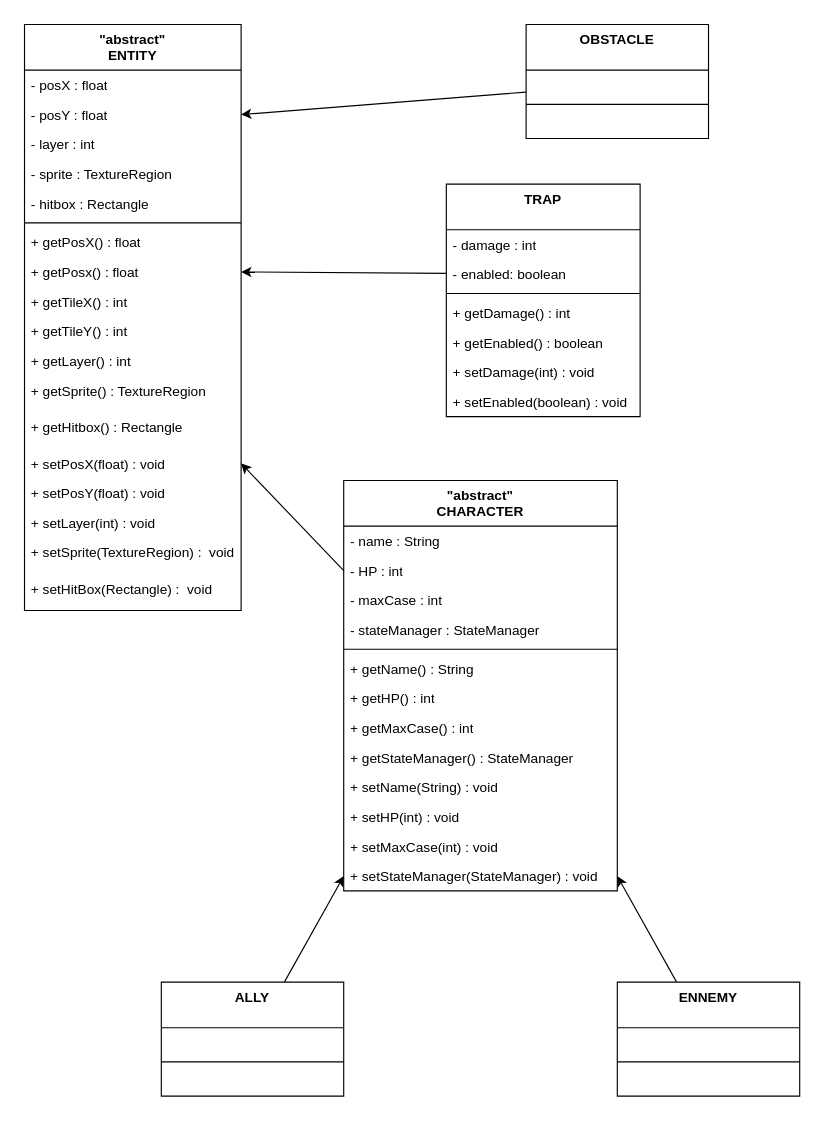
The draw.io diagram brainstormings/EntityUML.drawio in Mathuww/MarcheOuCreveEngine2, before the edit. Source tidied: cells renumbered, new cells numbered last; positions are measured from the earlier drawing's top-left corner, leaving out a move shared by most shapes. Both pictures are drawn from the tidied source at 114%, with x=0, y=0 at pixel (24, 24).
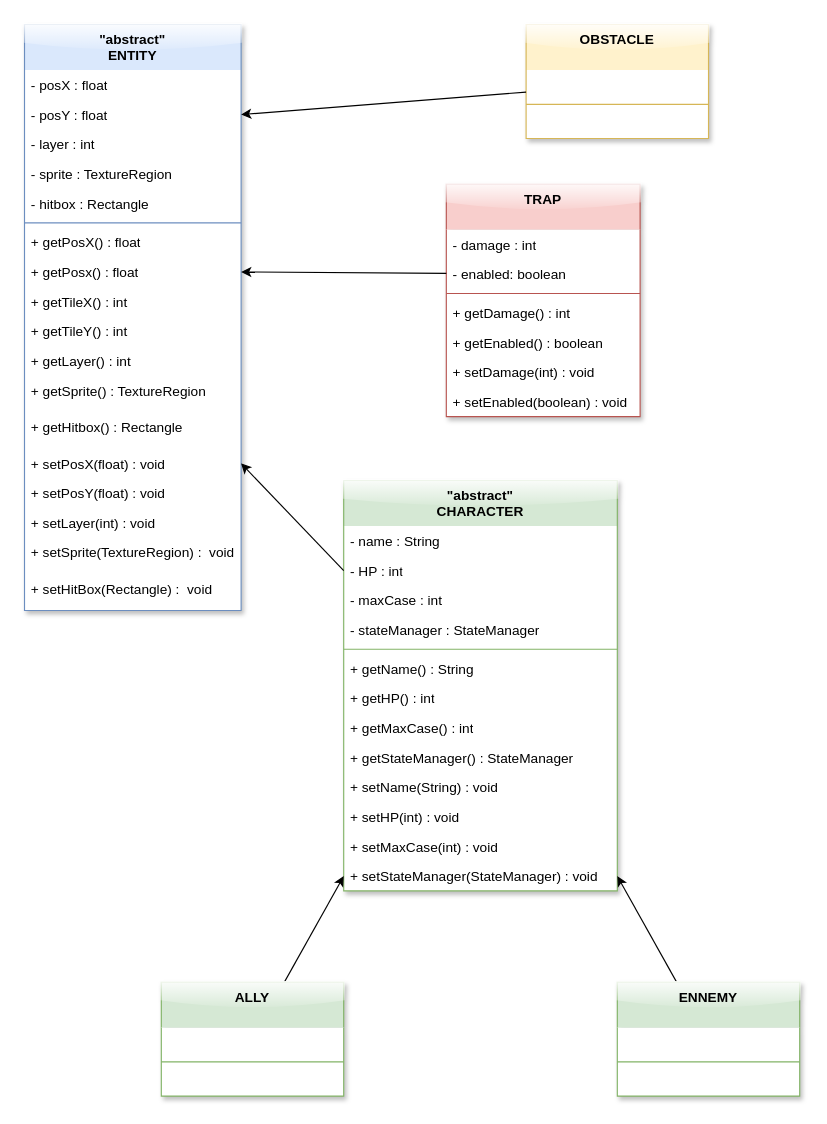
Above is the later version.

Commit message (it also covers changes not shown here):
Test Upgrade UML Preview

What changed in the source:
```diff
@@
-    <mxCell id="2" value="&lt;div&gt;TRAP&lt;/div&gt;" style="swimlane;fontStyle=1;align=center;verticalAlign=top;horizontal=1;startSize=40;whiteSpace=wrap;html=1;" parent="1" vertex="1">
+    <mxCell id="2" value="&lt;div&gt;TRAP&lt;/div&gt;" style="swimlane;fontStyle=1;align=center;verticalAlign=top;horizontal=1;startSize=40;whiteSpace=wrap;html=1;glass=1;shadow=1;swimlaneLine=0;swimlaneFillColor=default;fillColor=#f8cecc;strokeColor=#b85450;" parent="1" vertex="1">
       <mxGeometry x="370" y="140" width="170" height="204" as="geometry" />
     </mxCell>
@@
-    <mxCell id="10" value="&quot;abstract&quot;&lt;div&gt;ENTITY&lt;/div&gt;" style="swimlane;fontStyle=1;align=center;verticalAlign=top;horizontal=1;startSize=40;whiteSpace=wrap;html=1;" parent="1" vertex="1">
+    <mxCell id="10" value="&quot;abstract&quot;&lt;div&gt;ENTITY&lt;/div&gt;" style="swimlane;fontStyle=1;align=center;verticalAlign=top;horizontal=1;startSize=40;whiteSpace=wrap;html=1;glass=1;swimlaneLine=0;rounded=0;shadow=1;swimlaneFillColor=default;fillColor=#dae8fc;strokeColor=#6c8ebf;" parent="1" vertex="1">
       <mxGeometry width="190" height="514" as="geometry" />
     </mxCell>
@@
-    <mxCell id="29" value="&lt;div&gt;OBSTACLE&lt;/div&gt;" style="swimlane;fontStyle=1;align=center;verticalAlign=top;horizontal=1;startSize=40;whiteSpace=wrap;html=1;" parent="1" vertex="1">
+    <mxCell id="29" value="&lt;div&gt;OBSTACLE&lt;/div&gt;" style="swimlane;fontStyle=1;align=center;verticalAlign=top;horizontal=1;startSize=40;whiteSpace=wrap;html=1;swimlaneLine=0;glass=1;shadow=1;swimlaneFillColor=default;fillColor=#fff2cc;strokeColor=#d6b656;" parent="1" vertex="1">
       <mxGeometry x="440" width="160" height="100" as="geometry" />
     </mxCell>
-    <mxCell id="30" style="text;strokeColor=none;fillColor=none;align=left;verticalAlign=top;spacingLeft=4;spacingRight=4;overflow=hidden;points=[[0,0.5],[1,0.5]];portConstraint=eastwest;whiteSpace=wrap;html=1;" parent="29" vertex="1">
+    <mxCell id="30" style="text;strokeColor=none;fillColor=none;align=left;verticalAlign=top;spacingLeft=4;spacingRight=4;overflow=hidden;points=[[0,0.5],[1,0.5]];portConstraint=eastwest;whiteSpace=wrap;html=1;shadow=1;glass=1;" parent="29" vertex="1">
       <mxGeometry y="40" width="160" height="26" as="geometry" />
     </mxCell>
@@
-    <mxCell id="33" value="&lt;div&gt;&quot;abstract&quot;&lt;/div&gt;&lt;div&gt;CHARACTER&lt;/div&gt;" style="swimlane;fontStyle=1;align=center;verticalAlign=top;horizontal=1;startSize=40;whiteSpace=wrap;html=1;" parent="1" vertex="1">
+    <mxCell id="33" value="&lt;div&gt;&quot;abstract&quot;&lt;/div&gt;&lt;div&gt;CHARACTER&lt;/div&gt;" style="swimlane;fontStyle=1;align=center;verticalAlign=top;horizontal=1;startSize=40;whiteSpace=wrap;html=1;shadow=1;glass=1;swimlaneLine=0;fillColor=#d5e8d4;strokeColor=#82b366;swimlaneFillColor=default;" parent="1" vertex="1">
       <mxGeometry x="280" y="400" width="240" height="360" as="geometry" />
     </mxCell>
@@
-    <mxCell id="48" value="&lt;div&gt;ALLY&lt;/div&gt;" style="swimlane;fontStyle=1;align=center;verticalAlign=top;horizontal=1;startSize=40;whiteSpace=wrap;html=1;" parent="1" vertex="1">
+    <mxCell id="48" value="&lt;div&gt;ALLY&lt;/div&gt;" style="swimlane;fontStyle=1;align=center;verticalAlign=top;horizontal=1;startSize=40;whiteSpace=wrap;html=1;shadow=1;glass=1;swimlaneLine=0;fillColor=#d5e8d4;strokeColor=#82b366;swimlaneFillColor=default;" parent="1" vertex="1">
       <mxGeometry x="120" y="840" width="160" height="100" as="geometry" />
     </mxCell>
@@
-    <mxCell id="53" value="&lt;div&gt;ENNEMY&lt;/div&gt;" style="swimlane;fontStyle=1;align=center;verticalAlign=top;horizontal=1;startSize=40;whiteSpace=wrap;html=1;" parent="1" vertex="1">
+    <mxCell id="53" value="&lt;div&gt;ENNEMY&lt;/div&gt;" style="swimlane;fontStyle=1;align=center;verticalAlign=top;horizontal=1;startSize=40;whiteSpace=wrap;html=1;shadow=1;glass=1;swimlaneLine=0;swimlaneFillColor=default;fillColor=#d5e8d4;strokeColor=#82b366;" parent="1" vertex="1">
       <mxGeometry x="520" y="840" width="160" height="100" as="geometry" />
     </mxCell>
```
